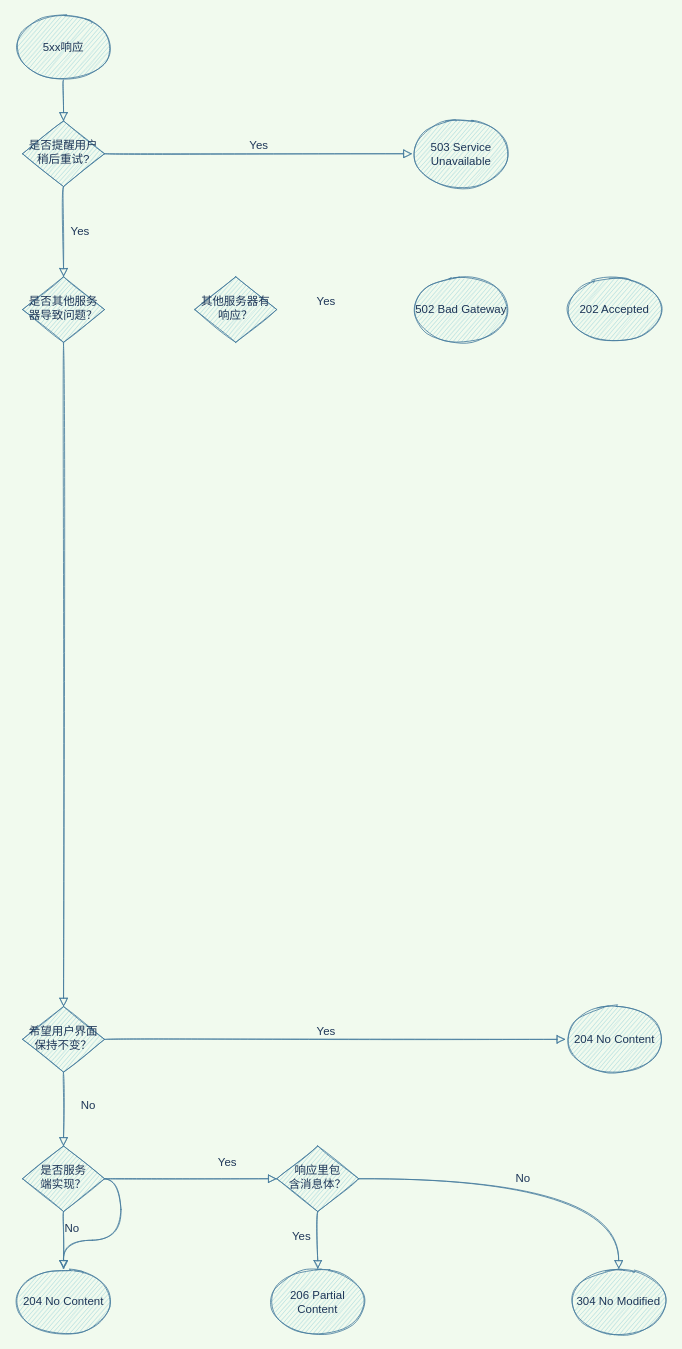
The draw.io diagram network/5xx流程图.drawio in xiaobaiTech/image, before the edit. Source tidied: cells renumbered, new cells numbered last; positions are measured from the earlier drawing's top-left corner, leaving out a move shared by most shapes. Both pictures are drawn from the tidied source at 82%, with x=0, y=0 at pixel (14, 14).
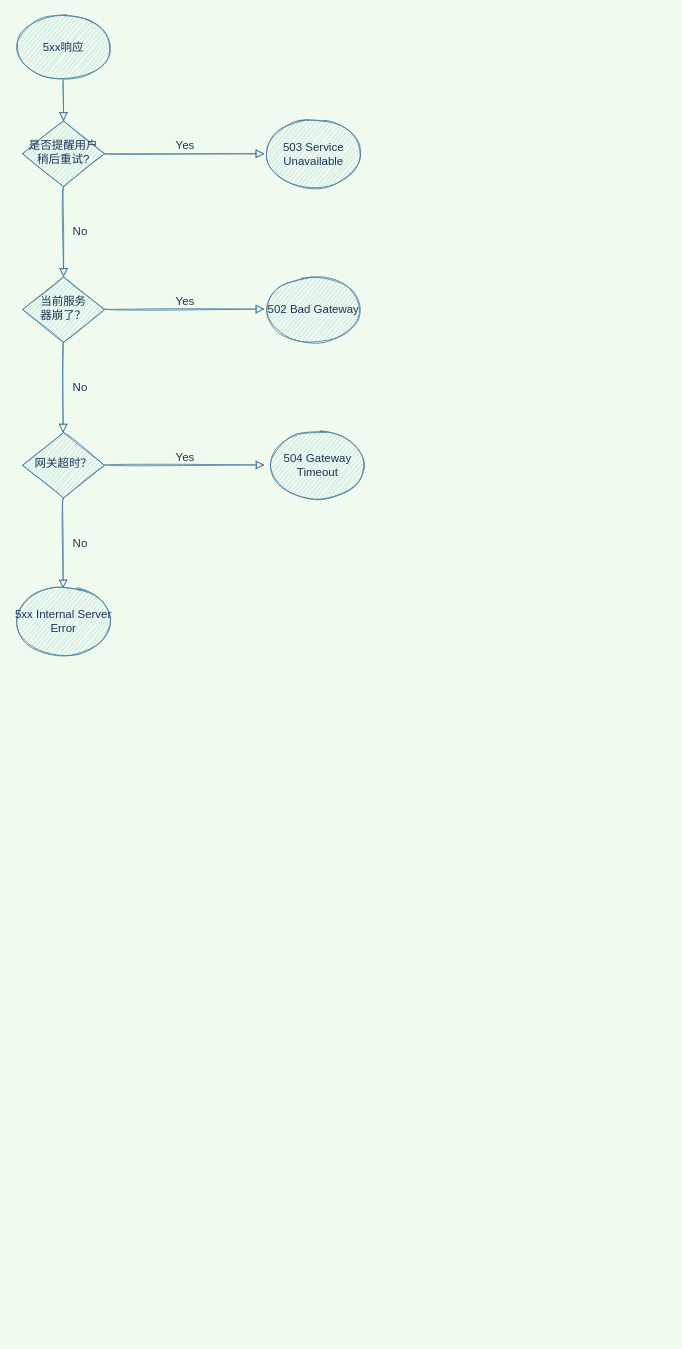
The same page after the edit.

Unchanged cells that the change refers to:
```xml
<mxCell id="4" value="是否提醒用户稍后重试?" style="rhombus;whiteSpace=wrap;html=1;shadow=0;fontFamily=Helvetica;fontSize=14;align=center;strokeWidth=1;spacing=6;spacingTop=-4;fillColor=#A8DADC;strokeColor=#457B9D;fontColor=#1D3557;sketch=1;" parent="1" vertex="1">
  <mxGeometry x="10" y="130" width="100" height="80" as="geometry" />
</mxCell>
```

What changed in the source:
```diff
@@
-    <mxCell id="2" value="Yes" style="html=1;jettySize=auto;fontSize=14;endArrow=block;endFill=0;endSize=8;strokeWidth=1;shadow=0;labelBackgroundColor=none;edgeStyle=orthogonalEdgeStyle;strokeColor=#457B9D;fontColor=#1D3557;sketch=1;curved=1;entryX=0.5;entryY=0;entryDx=0;entryDy=0;" parent="1" edge="1" source="4" target="12">
+    <mxCell id="2" value="No" style="html=1;jettySize=auto;fontSize=14;endArrow=block;endFill=0;endSize=8;strokeWidth=1;shadow=0;labelBackgroundColor=none;edgeStyle=orthogonalEdgeStyle;strokeColor=#457B9D;fontColor=#1D3557;sketch=1;curved=1;entryX=0.5;entryY=0;entryDx=0;entryDy=0;" parent="1" edge="1" source="4" target="12">
       <mxGeometry y="20" relative="1" as="geometry" />
     </mxCell>
@@
-    <mxCell id="7" value="204 No Content" style="ellipse;whiteSpace=wrap;html=1;rounded=1;sketch=1;strokeColor=#457B9D;fillColor=#A8DADC;fontColor=#1D3557;fontSize=14;" parent="1" vertex="1">
-      <mxGeometry y="1530" width="120" height="80" as="geometry" />
-    </mxCell>
-    <mxCell id="8" value="206 Partial Content" style="ellipse;whiteSpace=wrap;html=1;rounded=1;sketch=1;strokeColor=#457B9D;fillColor=#A8DADC;fontColor=#1D3557;fontSize=14;" parent="1" vertex="1">
-      <mxGeometry x="310" y="1530" width="120" height="80" as="geometry" />
-    </mxCell>
-    <mxCell id="9" value="304 No Modified" style="ellipse;whiteSpace=wrap;html=1;rounded=1;sketch=1;strokeColor=#457B9D;fillColor=#A8DADC;fontColor=#1D3557;fontSize=14;" parent="1" vertex="1">
-      <mxGeometry x="677" y="1530" width="120" height="80" as="geometry" />
-    </mxCell>
     <mxCell id="10" value="503 Service Unavailable" style="ellipse;whiteSpace=wrap;html=1;rounded=1;sketch=1;strokeColor=#457B9D;fillColor=#A8DADC;fontColor=#1D3557;fontSize=14;" parent="1" vertex="1">
-      <mxGeometry x="485" y="130" width="120" height="80" as="geometry" />
+      <mxGeometry x="305" y="130" width="120" height="80" as="geometry" />
     </mxCell>
-    <mxCell id="11" style="edgeStyle=orthogonalEdgeStyle;curved=1;sketch=1;jettySize=auto;html=1;exitX=0.5;exitY=1;exitDx=0;exitDy=0;endArrow=block;endFill=0;endSize=8;strokeColor=#457B9D;fillColor=#A8DADC;fontSize=14;fontColor=#1D3557;" parent="1" edge="1" source="12" target="17">
-      <mxGeometry relative="1" as="geometry" />
-    </mxCell>
-    <mxCell id="12" value="是否其他服务器导致问题？" style="rhombus;whiteSpace=wrap;html=1;shadow=0;fontFamily=Helvetica;fontSize=14;align=center;strokeWidth=1;spacing=6;spacingTop=-4;fillColor=#A8DADC;strokeColor=#457B9D;fontColor=#1D3557;sketch=1;" parent="1" vertex="1">
+    <mxCell id="12" value="当前服务&lt;br&gt;器崩了？" style="rhombus;whiteSpace=wrap;html=1;shadow=0;fontFamily=Helvetica;fontSize=14;align=center;strokeWidth=1;spacing=6;spacingTop=-4;fillColor=#A8DADC;strokeColor=#457B9D;fontColor=#1D3557;sketch=1;" parent="1" vertex="1">
       <mxGeometry x="10" y="320" width="100" height="80" as="geometry" />
     </mxCell>
-    <mxCell id="13" value="202 Accepted" style="ellipse;whiteSpace=wrap;html=1;rounded=1;sketch=1;strokeColor=#457B9D;fillColor=#A8DADC;fontColor=#1D3557;fontSize=14;" parent="1" vertex="1">
-      <mxGeometry x="672" y="320" width="120" height="80" as="geometry" />
-    </mxCell>
-    <mxCell id="14" value="Yes" style="text;html=1;align=center;verticalAlign=middle;fontSize=14;fontColor=#1D3557;" parent="1" vertex="1">
-      <mxGeometry x="360" y="340" width="40" height="20" as="geometry" />
-    </mxCell>
-    <mxCell id="15" style="edgeStyle=orthogonalEdgeStyle;curved=1;sketch=1;jettySize=auto;html=1;exitX=1;exitY=0.5;exitDx=0;exitDy=0;entryX=0;entryY=0.5;entryDx=0;entryDy=0;endArrow=block;endFill=0;endSize=8;strokeColor=#457B9D;fillColor=#A8DADC;fontSize=14;fontColor=#1D3557;" parent="1" edge="1" source="17" target="18">
-      <mxGeometry relative="1" as="geometry" />
-    </mxCell>
-    <mxCell id="16" style="edgeStyle=orthogonalEdgeStyle;curved=1;sketch=1;jettySize=auto;html=1;exitX=0.5;exitY=1;exitDx=0;exitDy=0;endArrow=block;endFill=0;endSize=8;strokeColor=#457B9D;fillColor=#A8DADC;fontSize=14;fontColor=#1D3557;" parent="1" edge="1" source="17" target="23">
-      <mxGeometry relative="1" as="geometry" />
-    </mxCell>
-    <mxCell id="17" value="希望用户界面保持不变？" style="rhombus;whiteSpace=wrap;html=1;shadow=0;fontFamily=Helvetica;fontSize=14;align=center;strokeWidth=1;spacing=6;spacingTop=-4;fillColor=#A8DADC;strokeColor=#457B9D;fontColor=#1D3557;sketch=1;" parent="1" vertex="1">
-      <mxGeometry x="10" y="1210" width="100" height="80" as="geometry" />
-    </mxCell>
-    <mxCell id="18" value="204 No Content" style="ellipse;whiteSpace=wrap;html=1;rounded=1;sketch=1;strokeColor=#457B9D;fillColor=#A8DADC;fontColor=#1D3557;fontSize=14;" parent="1" vertex="1">
-      <mxGeometry x="672" y="1210" width="120" height="80" as="geometry" />
-    </mxCell>
-    <mxCell id="19" value="Yes" style="text;html=1;align=center;verticalAlign=middle;fontSize=14;fontColor=#1D3557;" parent="1" vertex="1">
-      <mxGeometry x="360" y="1230" width="40" height="20" as="geometry" />
-    </mxCell>
-    <mxCell id="20" style="edgeStyle=orthogonalEdgeStyle;curved=1;sketch=1;jettySize=auto;html=1;exitX=0.5;exitY=1;exitDx=0;exitDy=0;entryX=0.5;entryY=0;entryDx=0;entryDy=0;endArrow=block;endFill=0;endSize=8;strokeColor=#457B9D;fillColor=#A8DADC;fontSize=14;fontColor=#1D3557;" parent="1" edge="1" source="23" target="7">
-      <mxGeometry relative="1" as="geometry" />
-    </mxCell>
-    <mxCell id="21" style="edgeStyle=orthogonalEdgeStyle;curved=1;sketch=1;jettySize=auto;html=1;exitX=1;exitY=0.5;exitDx=0;exitDy=0;endArrow=block;endFill=0;endSize=8;strokeColor=#457B9D;fillColor=#A8DADC;fontSize=14;fontColor=#1D3557;" parent="1" edge="1" source="23" target="29">
-      <mxGeometry relative="1" as="geometry" />
-    </mxCell>
-    <mxCell id="22" style="edgeStyle=orthogonalEdgeStyle;curved=1;sketch=1;jettySize=auto;html=1;exitX=1;exitY=0.5;exitDx=0;exitDy=0;endArrow=block;endFill=0;endSize=8;strokeColor=#457B9D;fillColor=#A8DADC;fontSize=14;fontColor=#1D3557;" parent="1" edge="1" source="23" target="7">
-      <mxGeometry relative="1" as="geometry" />
-    </mxCell>
-    <mxCell id="23" value="是否服务&lt;br&gt;端实现？" style="rhombus;whiteSpace=wrap;html=1;shadow=0;fontFamily=Helvetica;fontSize=14;align=center;strokeWidth=1;spacing=6;spacingTop=-4;fillColor=#A8DADC;strokeColor=#457B9D;fontColor=#1D3557;sketch=1;" parent="1" vertex="1">
-      <mxGeometry x="10" y="1380" width="100" height="80" as="geometry" />
-    </mxCell>
-    <mxCell id="24" value="No" style="text;html=1;align=center;verticalAlign=middle;fontSize=14;fontColor=#1D3557;" parent="1" vertex="1">
-      <mxGeometry x="75" y="1320" width="30" height="20" as="geometry" />
-    </mxCell>
-    <mxCell id="25" value="No" style="text;html=1;align=center;verticalAlign=middle;fontSize=14;fontColor=#1D3557;" parent="1" vertex="1">
-      <mxGeometry x="55" y="1470" width="30" height="20" as="geometry" />
-    </mxCell>
-    <mxCell id="26" value="Yes" style="text;html=1;strokeColor=none;fillColor=none;align=center;verticalAlign=middle;whiteSpace=wrap;rounded=0;shadow=1;sketch=1;fontSize=14;fontColor=#1D3557;" parent="1" vertex="1">
-      <mxGeometry x="240" y="1390" width="40" height="20" as="geometry" />
-    </mxCell>
-    <mxCell id="27" style="edgeStyle=orthogonalEdgeStyle;curved=1;sketch=1;jettySize=auto;html=1;exitX=0.5;exitY=1;exitDx=0;exitDy=0;endArrow=block;endFill=0;endSize=8;strokeColor=#457B9D;fillColor=#A8DADC;fontSize=14;fontColor=#1D3557;" parent="1" edge="1" source="29" target="8">
-      <mxGeometry relative="1" as="geometry" />
-    </mxCell>
-    <mxCell id="28" style="edgeStyle=orthogonalEdgeStyle;curved=1;sketch=1;jettySize=auto;html=1;exitX=1;exitY=0.5;exitDx=0;exitDy=0;entryX=0.5;entryY=0;entryDx=0;entryDy=0;endArrow=block;endFill=0;endSize=8;strokeColor=#457B9D;fillColor=#A8DADC;fontSize=14;fontColor=#1D3557;" parent="1" edge="1" source="29" target="9">
-      <mxGeometry relative="1" as="geometry" />
-    </mxCell>
-    <mxCell id="29" value="响应里包&lt;br&gt;含消息体？" style="rhombus;whiteSpace=wrap;html=1;shadow=0;fontFamily=Helvetica;fontSize=14;align=center;strokeWidth=1;spacing=6;spacingTop=-4;fillColor=#A8DADC;strokeColor=#457B9D;fontColor=#1D3557;sketch=1;" parent="1" vertex="1">
-      <mxGeometry x="320" y="1380" width="100" height="80" as="geometry" />
-    </mxCell>
-    <mxCell id="30" value="Yes" style="text;html=1;align=center;verticalAlign=middle;fontSize=14;fontColor=#1D3557;" parent="1" vertex="1">
-      <mxGeometry x="330" y="1480" width="40" height="20" as="geometry" />
-    </mxCell>
-    <mxCell id="31" value="No" style="text;html=1;align=center;verticalAlign=middle;fontSize=14;fontColor=#1D3557;" parent="1" vertex="1">
-      <mxGeometry x="605" y="1410" width="30" height="20" as="geometry" />
-    </mxCell>
-    <mxCell id="32" value="其他服务器有响应？" style="rhombus;whiteSpace=wrap;html=1;shadow=0;fontFamily=Helvetica;fontSize=14;align=center;strokeWidth=1;spacing=6;spacingTop=-4;fillColor=#A8DADC;strokeColor=#457B9D;fontColor=#1D3557;sketch=1;" parent="1" vertex="1">
-      <mxGeometry x="220" y="320" width="100" height="80" as="geometry" />
-    </mxCell>
     <mxCell id="33" value="502 Bad Gateway" style="ellipse;whiteSpace=wrap;html=1;rounded=1;sketch=1;strokeColor=#457B9D;fillColor=#A8DADC;fontColor=#1D3557;fontSize=14;" parent="1" vertex="1">
-      <mxGeometry x="485" y="320" width="120" height="80" as="geometry" />
+      <mxGeometry x="305" y="320" width="120" height="80" as="geometry" />
     </mxCell>
+    <mxCell id="34" value="网关超时？" style="rhombus;whiteSpace=wrap;html=1;shadow=0;fontFamily=Helvetica;fontSize=14;align=center;strokeWidth=1;spacing=6;spacingTop=-4;fillColor=#A8DADC;strokeColor=#457B9D;fontColor=#1D3557;sketch=1;" parent="1" vertex="1">
+      <mxGeometry x="10" y="510" width="100" height="80" as="geometry" />
+    </mxCell>
+    <mxCell id="35" value="No" style="html=1;jettySize=auto;orthogonalLoop=1;fontSize=14;endArrow=block;endFill=0;endSize=8;strokeWidth=1;shadow=0;labelBackgroundColor=none;edgeStyle=orthogonalEdgeStyle;strokeColor=#457B9D;fontColor=#1D3557;sketch=1;curved=1;entryX=0.5;entryY=0;entryDx=0;entryDy=0;" parent="1" edge="1">
+      <mxGeometry y="20" relative="1" as="geometry">
+        <mxPoint x="59.5" y="400" as="sourcePoint" />
+        <mxPoint x="59.5" y="510" as="targetPoint" />
+      </mxGeometry>
+    </mxCell>
+    <mxCell id="36" value="504 Gateway Timeout" style="ellipse;whiteSpace=wrap;html=1;rounded=1;sketch=1;strokeColor=#457B9D;fillColor=#A8DADC;fontColor=#1D3557;fontSize=14;" parent="1" vertex="1">
+      <mxGeometry x="310" y="510" width="120" height="80" as="geometry" />
+    </mxCell>
+    <mxCell id="37" value="Yes" style="edgeStyle=orthogonalEdgeStyle;html=1;jettySize=auto;orthogonalLoop=1;fontSize=14;endArrow=block;endFill=0;endSize=8;strokeWidth=1;shadow=0;labelBackgroundColor=none;strokeColor=#457B9D;fontColor=#1D3557;sketch=1;curved=1;entryX=0;entryY=0.5;entryDx=0;entryDy=0;" parent="1" edge="1">
+      <mxGeometry y="10" relative="1" as="geometry">
+        <mxPoint x="110" y="359.5" as="sourcePoint" />
+        <mxPoint x="305" y="359.5" as="targetPoint" />
+      </mxGeometry>
+    </mxCell>
+    <mxCell id="38" value="Yes" style="edgeStyle=orthogonalEdgeStyle;html=1;jettySize=auto;orthogonalLoop=1;fontSize=14;endArrow=block;endFill=0;endSize=8;strokeWidth=1;shadow=0;labelBackgroundColor=none;strokeColor=#457B9D;fontColor=#1D3557;sketch=1;curved=1;entryX=0;entryY=0.5;entryDx=0;entryDy=0;" parent="1" edge="1">
+      <mxGeometry y="10" relative="1" as="geometry">
+        <mxPoint x="110" y="549.5" as="sourcePoint" />
+        <mxPoint x="305" y="549.5" as="targetPoint" />
+      </mxGeometry>
+    </mxCell>
+    <mxCell id="39" value="5xx Internal Server Error" style="ellipse;whiteSpace=wrap;html=1;rounded=1;sketch=1;strokeColor=#457B9D;fillColor=#A8DADC;fontColor=#1D3557;fontSize=14;" parent="1" vertex="1">
+      <mxGeometry y="700" width="120" height="80" as="geometry" />
+    </mxCell>
+    <mxCell id="40" value="No" style="html=1;jettySize=auto;orthogonalLoop=1;fontSize=14;endArrow=block;endFill=0;endSize=8;strokeWidth=1;shadow=0;labelBackgroundColor=none;edgeStyle=orthogonalEdgeStyle;strokeColor=#457B9D;fontColor=#1D3557;sketch=1;curved=1;entryX=0.5;entryY=0;entryDx=0;entryDy=0;" parent="1" edge="1">
+      <mxGeometry y="20" relative="1" as="geometry">
+        <mxPoint x="59.5" y="590" as="sourcePoint" />
+        <mxPoint x="59.5" y="700" as="targetPoint" />
+      </mxGeometry>
+    </mxCell>
```
